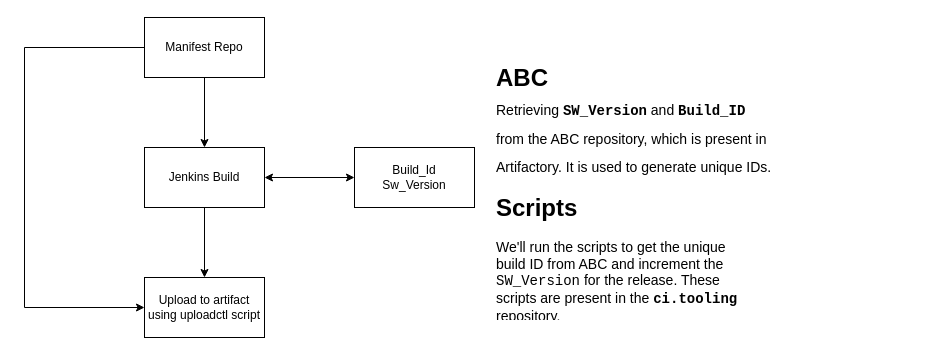
sreelakshmilingamgunta/Azure-Devops keeps this draw.io diagram as page "Page-11" (10 of 10) of Untitled Diagram.drawio. Above is the earlier version. Source tidied: cells renumbered, new cells numbered last; positions are measured from the earlier drawing's top-left corner, leaving out a move shared by most shapes. Both pictures are drawn from the tidied source at 100%, with x=0, y=0 at pixel (24, 17).
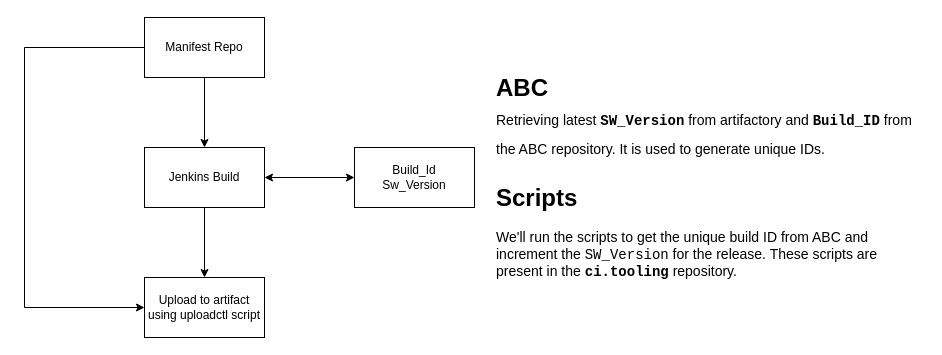
Above is the later version.

What changed in the source:
```diff
@@
 <mxGraphModel>
   <root>
     <mxCell id="0" />
     <mxCell id="1" parent="0" />
     <mxCell id="2" value="Manifest Repo" style="rounded=0;whiteSpace=wrap;html=1;" parent="1" vertex="1">
       <mxGeometry x="120" width="120" height="60" as="geometry" />
     </mxCell>
     <mxCell id="3" value="Build_Id&lt;br&gt;Sw_Version" style="rounded=0;whiteSpace=wrap;html=1;" parent="1" vertex="1">
       <mxGeometry x="330" y="130" width="120" height="60" as="geometry" />
     </mxCell>
     <mxCell id="4" value="Jenkins Build" style="rounded=0;whiteSpace=wrap;html=1;" parent="1" vertex="1">
       <mxGeometry x="120" y="130" width="120" height="60" as="geometry" />
     </mxCell>
     <mxCell id="5" value="Upload to artifact using uploadctl script" style="rounded=0;whiteSpace=wrap;html=1;" parent="1" vertex="1">
       <mxGeometry x="120" y="260" width="120" height="60" as="geometry" />
     </mxCell>
-    <mxCell id="6" value="&lt;h1 style=&quot;margin-top: 0px;&quot;&gt;&lt;span style=&quot;background-color: transparent; color: light-dark(rgb(0, 0, 0), rgb(255, 255, 255));&quot;&gt;ABC&lt;br&gt;&lt;/span&gt;&lt;font style=&quot;font-size: 14px;&quot;&gt;&lt;span style=&quot;background-color: transparent; color: light-dark(rgb(0, 0, 0), rgb(255, 255, 255)); font-weight: normal;&quot;&gt;Retrieving &lt;/span&gt;&lt;code style=&quot;background-color: transparent; color: light-dark(rgb(0, 0, 0), rgb(255, 255, 255));&quot;&gt;SW_Version&lt;/code&gt;&lt;span style=&quot;background-color: transparent; color: light-dark(rgb(0, 0, 0), rgb(255, 255, 255)); font-weight: normal;&quot;&gt; and &lt;/span&gt;&lt;code style=&quot;background-color: transparent; color: light-dark(rgb(0, 0, 0), rgb(255, 255, 255));&quot;&gt;Build_ID&lt;/code&gt;&lt;span style=&quot;background-color: transparent; color: light-dark(rgb(0, 0, 0), rgb(255, 255, 255)); font-weight: normal;&quot;&gt; from the ABC repository, which is present in Artifactory. It is used to generate unique IDs.&lt;/span&gt;&lt;/font&gt;&lt;/h1&gt;" style="text;html=1;whiteSpace=wrap;overflow=hidden;rounded=0;" parent="1" vertex="1">
-      <mxGeometry x="470" y="40" width="280" height="120" as="geometry" />
+    <mxCell id="6" value="&lt;h1 style=&quot;margin-top: 0px;&quot;&gt;&lt;span style=&quot;background-color: transparent; color: light-dark(rgb(0, 0, 0), rgb(255, 255, 255));&quot;&gt;ABC&lt;br&gt;&lt;/span&gt;&lt;font style=&quot;font-size: 14px;&quot;&gt;&lt;span style=&quot;background-color: transparent; color: light-dark(rgb(0, 0, 0), rgb(255, 255, 255)); font-weight: normal;&quot;&gt;Retrieving latest&amp;nbsp;&lt;/span&gt;&lt;code style=&quot;background-color: transparent; color: light-dark(rgb(0, 0, 0), rgb(255, 255, 255));&quot;&gt;SW_Version&lt;/code&gt;&lt;span style=&quot;background-color: transparent; color: light-dark(rgb(0, 0, 0), rgb(255, 255, 255)); font-weight: normal;&quot;&gt;&amp;nbsp;from artifactory and &lt;/span&gt;&lt;code style=&quot;background-color: transparent; color: light-dark(rgb(0, 0, 0), rgb(255, 255, 255));&quot;&gt;Build_ID&lt;/code&gt;&lt;span style=&quot;background-color: transparent; color: light-dark(rgb(0, 0, 0), rgb(255, 255, 255)); font-weight: normal;&quot;&gt; from the ABC repository. It is used to generate unique IDs.&lt;/span&gt;&lt;/font&gt;&lt;/h1&gt;" style="text;html=1;whiteSpace=wrap;overflow=hidden;rounded=0;" parent="1" vertex="1">
+      <mxGeometry x="470" y="50" width="430" height="120" as="geometry" />
     </mxCell>
     <mxCell id="7" value="&lt;h1 style=&quot;margin-top: 0px;&quot;&gt;Scripts&lt;/h1&gt;&lt;p&gt;&lt;font style=&quot;font-size: 14px;&quot;&gt;We'll run the scripts to get the unique build ID from ABC and increment the &lt;code&gt;SW_Version&lt;/code&gt; for the release. These scripts are present in the &lt;code&gt;&lt;b&gt;ci.tooling&lt;/b&gt;&lt;/code&gt; repository.&lt;/font&gt;&lt;/p&gt;" style="text;html=1;whiteSpace=wrap;overflow=hidden;rounded=0;" parent="1" vertex="1">
-      <mxGeometry x="470" y="170" width="260" height="130" as="geometry" />
+      <mxGeometry x="470" y="160" width="430" height="120" as="geometry" />
     </mxCell>
     <mxCell id="8" style="endArrow=classic;startArrow=classic;html=1;rounded=0;exitX=1;exitY=0.5;exitDx=0;exitDy=0;entryX=0;entryY=0.5;entryDx=0;entryDy=0;" parent="1" edge="1" source="4" target="3">
       <mxGeometry relative="1" as="geometry" />
     </mxCell>
     <mxCell id="9" style="endArrow=classic;html=1;rounded=0;exitX=0.5;exitY=1;exitDx=0;exitDy=0;entryX=0.5;entryY=0;entryDx=0;entryDy=0;" parent="1" edge="1" source="2" target="4">
       <mxGeometry relative="1" as="geometry" />
     </mxCell>
     <mxCell id="10" style="endArrow=classic;html=1;rounded=0;exitX=0.5;exitY=1;exitDx=0;exitDy=0;entryX=0.5;entryY=0;entryDx=0;entryDy=0;" parent="1" edge="1" source="4" target="5">
       <mxGeometry relative="1" as="geometry" />
     </mxCell>
     <mxCell id="11" style="endArrow=classic;html=1;rounded=0;exitX=0;exitY=0.5;exitDx=0;exitDy=0;entryX=0;entryY=0.5;entryDx=0;entryDy=0;" parent="1" edge="1" source="2" target="5">
       <mxGeometry relative="1" as="geometry">
         <Array as="points">
           <mxPoint y="30" />
           <mxPoint y="290" />
         </Array>
       </mxGeometry>
     </mxCell>
   </root>
 </mxGraphModel>
```
